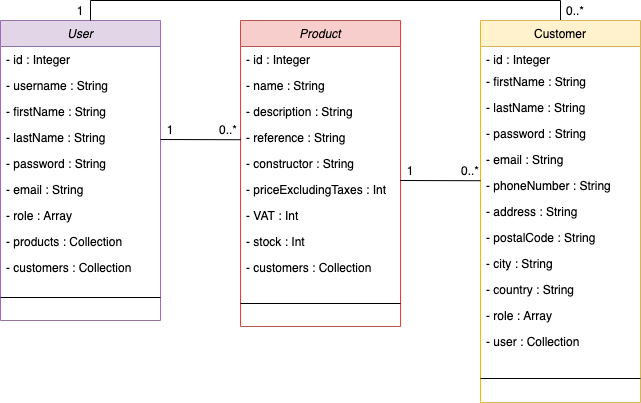
The draw.io diagram uml/Diagramme de classe.png in marclassort/BileMo, before a commit. Source tidied: cells renumbered, new cells last; positions are measured from the earlier drawing's top-left corner, leaving out a move shared by most shapes. The source it was exported from:
```xml
<mxGraphModel>
  <root>
    <mxCell id="0" />
    <mxCell id="1" parent="0" />
    <mxCell id="2" value="User" style="swimlane;fontStyle=2;align=center;verticalAlign=top;horizontal=1;startSize=26;rounded=0;shadow=0;strokeWidth=1;fillColor=#e1d5e7;strokeColor=#9673a6;" parent="1" vertex="1">
      <mxGeometry y="20" width="160" height="300" as="geometry" />
    </mxCell>
    <mxCell id="3" style="endArrow=none;html=1;exitX=1.019;exitY=0.923;exitDx=0;exitDy=0;exitPerimeter=0;entryX=0.5;entryY=0;entryDx=0;entryDy=0;endFill=0;edgeStyle=orthogonalEdgeStyle;rounded=0;" parent="2" edge="1" target="14">
      <mxGeometry relative="1" as="geometry">
        <mxPoint x="90" as="sourcePoint" />
        <Array as="points">
          <mxPoint x="90" y="-20" />
          <mxPoint x="560" y="-20" />
        </Array>
      </mxGeometry>
    </mxCell>
    <mxCell id="4" value="- id : Integer" style="text;align=left;verticalAlign=top;spacingLeft=4;spacingRight=4;overflow=hidden;" parent="2" vertex="1">
      <mxGeometry y="26" width="160" height="26" as="geometry" />
    </mxCell>
    <mxCell id="5" value="- username : String" style="text;align=left;verticalAlign=top;spacingLeft=4;spacingRight=4;overflow=hidden;rounded=0;shadow=0;html=0;" parent="2" vertex="1">
      <mxGeometry y="52" width="160" height="26" as="geometry" />
    </mxCell>
    <mxCell id="6" value="- firstName : String" style="text;align=left;verticalAlign=top;spacingLeft=4;spacingRight=4;overflow=hidden;rounded=0;shadow=0;html=0;" parent="2" vertex="1">
      <mxGeometry y="78" width="160" height="26" as="geometry" />
    </mxCell>
    <mxCell id="7" value="- lastName : String" style="text;align=left;verticalAlign=top;spacingLeft=4;spacingRight=4;overflow=hidden;rounded=0;shadow=0;html=0;" parent="2" vertex="1">
      <mxGeometry y="104" width="160" height="26" as="geometry" />
    </mxCell>
    <mxCell id="8" value="- password : String" style="text;align=left;verticalAlign=top;spacingLeft=4;spacingRight=4;overflow=hidden;rounded=0;shadow=0;html=0;" parent="2" vertex="1">
      <mxGeometry y="130" width="160" height="26" as="geometry" />
    </mxCell>
    <mxCell id="9" value="- email : String" style="text;align=left;verticalAlign=top;spacingLeft=4;spacingRight=4;overflow=hidden;rounded=0;shadow=0;html=0;" parent="2" vertex="1">
      <mxGeometry y="156" width="160" height="26" as="geometry" />
    </mxCell>
    <mxCell id="10" value="- role : Array" style="text;align=left;verticalAlign=top;spacingLeft=4;spacingRight=4;overflow=hidden;rounded=0;shadow=0;html=0;" parent="2" vertex="1">
      <mxGeometry y="182" width="160" height="26" as="geometry" />
    </mxCell>
    <mxCell id="11" value="- products : Collection" style="text;align=left;verticalAlign=top;spacingLeft=4;spacingRight=4;overflow=hidden;rounded=0;shadow=0;html=0;" parent="2" vertex="1">
      <mxGeometry y="208" width="160" height="26" as="geometry" />
    </mxCell>
    <mxCell id="12" value="- customers : Collection" style="text;align=left;verticalAlign=top;spacingLeft=4;spacingRight=4;overflow=hidden;rounded=0;shadow=0;html=0;" parent="2" vertex="1">
      <mxGeometry y="234" width="160" height="26" as="geometry" />
    </mxCell>
    <mxCell id="13" style="line;html=1;strokeWidth=1;align=left;verticalAlign=middle;spacingTop=-1;spacingLeft=3;spacingRight=3;labelPosition=right;" parent="2" vertex="1">
      <mxGeometry y="260" width="160" height="34" as="geometry" />
    </mxCell>
    <mxCell id="14" value="Customer" style="swimlane;fontStyle=0;align=center;verticalAlign=top;horizontal=1;startSize=26;rounded=0;shadow=0;strokeWidth=1;fillColor=#fff2cc;strokeColor=#d6b656;" parent="1" vertex="1">
      <mxGeometry x="480" y="20" width="160" height="382" as="geometry" />
    </mxCell>
    <mxCell id="15" value="- id : Integer" style="text;align=left;verticalAlign=top;spacingLeft=4;spacingRight=4;overflow=hidden;" parent="14" vertex="1">
      <mxGeometry y="26" width="160" height="22" as="geometry" />
    </mxCell>
    <mxCell id="16" value="- firstName : String" style="text;align=left;verticalAlign=top;spacingLeft=4;spacingRight=4;overflow=hidden;rounded=0;shadow=0;html=0;" parent="14" vertex="1">
      <mxGeometry y="48" width="160" height="26" as="geometry" />
    </mxCell>
    <mxCell id="17" value="- lastName : String" style="text;align=left;verticalAlign=top;spacingLeft=4;spacingRight=4;overflow=hidden;rounded=0;shadow=0;html=0;" parent="14" vertex="1">
      <mxGeometry y="74" width="160" height="26" as="geometry" />
    </mxCell>
    <mxCell id="18" value="- password : String" style="text;align=left;verticalAlign=top;spacingLeft=4;spacingRight=4;overflow=hidden;rounded=0;shadow=0;html=0;" parent="14" vertex="1">
      <mxGeometry y="100" width="160" height="26" as="geometry" />
    </mxCell>
    <mxCell id="19" value="- email : String" style="text;align=left;verticalAlign=top;spacingLeft=4;spacingRight=4;overflow=hidden;rounded=0;shadow=0;html=0;" parent="14" vertex="1">
      <mxGeometry y="126" width="160" height="26" as="geometry" />
    </mxCell>
    <mxCell id="20" value="- phoneNumber : String" style="text;align=left;verticalAlign=top;spacingLeft=4;spacingRight=4;overflow=hidden;rounded=0;shadow=0;html=0;" parent="14" vertex="1">
      <mxGeometry y="152" width="160" height="26" as="geometry" />
    </mxCell>
    <mxCell id="21" value="- address : String" style="text;align=left;verticalAlign=top;spacingLeft=4;spacingRight=4;overflow=hidden;rounded=0;shadow=0;html=0;" parent="14" vertex="1">
      <mxGeometry y="178" width="160" height="26" as="geometry" />
    </mxCell>
    <mxCell id="22" value="- postalCode : String" style="text;align=left;verticalAlign=top;spacingLeft=4;spacingRight=4;overflow=hidden;rounded=0;shadow=0;html=0;" parent="14" vertex="1">
      <mxGeometry y="204" width="160" height="26" as="geometry" />
    </mxCell>
    <mxCell id="23" value="- city : String" style="text;align=left;verticalAlign=top;spacingLeft=4;spacingRight=4;overflow=hidden;rounded=0;shadow=0;html=0;" parent="14" vertex="1">
      <mxGeometry y="230" width="160" height="26" as="geometry" />
    </mxCell>
    <mxCell id="24" value="- country : String" style="text;align=left;verticalAlign=top;spacingLeft=4;spacingRight=4;overflow=hidden;rounded=0;shadow=0;html=0;" parent="14" vertex="1">
      <mxGeometry y="256" width="160" height="26" as="geometry" />
    </mxCell>
    <mxCell id="25" value="- role : Array" style="text;align=left;verticalAlign=top;spacingLeft=4;spacingRight=4;overflow=hidden;rounded=0;shadow=0;html=0;" parent="14" vertex="1">
      <mxGeometry y="282" width="160" height="26" as="geometry" />
    </mxCell>
    <mxCell id="26" value="- user : Collection" style="text;align=left;verticalAlign=top;spacingLeft=4;spacingRight=4;overflow=hidden;rounded=0;shadow=0;html=0;" parent="14" vertex="1">
      <mxGeometry y="308" width="160" height="26" as="geometry" />
    </mxCell>
    <mxCell id="27" style="line;html=1;strokeWidth=1;align=left;verticalAlign=middle;spacingTop=-1;spacingLeft=3;spacingRight=3;labelPosition=right;" parent="14" vertex="1">
      <mxGeometry y="334" width="160" height="48" as="geometry" />
    </mxCell>
    <mxCell id="28" value="Product" style="swimlane;fontStyle=2;align=center;verticalAlign=top;horizontal=1;startSize=26;rounded=0;shadow=0;strokeWidth=1;fillColor=#f8cecc;strokeColor=#b85450;" parent="1" vertex="1">
      <mxGeometry x="240" y="20" width="160" height="306" as="geometry" />
    </mxCell>
    <mxCell id="29" value="- id : Integer" style="text;align=left;verticalAlign=top;spacingLeft=4;spacingRight=4;overflow=hidden;" parent="28" vertex="1">
      <mxGeometry y="26" width="160" height="26" as="geometry" />
    </mxCell>
    <mxCell id="30" value="- name : String" style="text;align=left;verticalAlign=top;spacingLeft=4;spacingRight=4;overflow=hidden;rounded=0;shadow=0;html=0;" parent="28" vertex="1">
      <mxGeometry y="52" width="160" height="26" as="geometry" />
    </mxCell>
    <mxCell id="31" value="- description : String" style="text;align=left;verticalAlign=top;spacingLeft=4;spacingRight=4;overflow=hidden;rounded=0;shadow=0;html=0;" parent="28" vertex="1">
      <mxGeometry y="78" width="160" height="26" as="geometry" />
    </mxCell>
    <mxCell id="32" value="- reference : String" style="text;align=left;verticalAlign=top;spacingLeft=4;spacingRight=4;overflow=hidden;rounded=0;shadow=0;html=0;" parent="28" vertex="1">
      <mxGeometry y="104" width="160" height="26" as="geometry" />
    </mxCell>
    <mxCell id="33" value="- constructor : String" style="text;align=left;verticalAlign=top;spacingLeft=4;spacingRight=4;overflow=hidden;rounded=0;shadow=0;html=0;" parent="28" vertex="1">
      <mxGeometry y="130" width="160" height="26" as="geometry" />
    </mxCell>
    <mxCell id="34" value="- priceExcludingTaxes : Int" style="text;align=left;verticalAlign=top;spacingLeft=4;spacingRight=4;overflow=hidden;rounded=0;shadow=0;html=0;" parent="28" vertex="1">
      <mxGeometry y="156" width="160" height="26" as="geometry" />
    </mxCell>
    <mxCell id="35" value="- VAT : Int" style="text;align=left;verticalAlign=top;spacingLeft=4;spacingRight=4;overflow=hidden;rounded=0;shadow=0;html=0;" parent="28" vertex="1">
      <mxGeometry y="182" width="160" height="26" as="geometry" />
    </mxCell>
    <mxCell id="36" value="- stock : Int" style="text;align=left;verticalAlign=top;spacingLeft=4;spacingRight=4;overflow=hidden;rounded=0;shadow=0;html=0;" parent="28" vertex="1">
      <mxGeometry y="208" width="160" height="26" as="geometry" />
    </mxCell>
    <mxCell id="37" value="- customers : Collection" style="text;align=left;verticalAlign=top;spacingLeft=4;spacingRight=4;overflow=hidden;rounded=0;shadow=0;html=0;" parent="28" vertex="1">
      <mxGeometry y="234" width="160" height="26" as="geometry" />
    </mxCell>
    <mxCell id="38" style="line;html=1;strokeWidth=1;align=left;verticalAlign=middle;spacingTop=-1;spacingLeft=3;spacingRight=3;labelPosition=right;" parent="28" vertex="1">
      <mxGeometry y="260" width="160" height="46" as="geometry" />
    </mxCell>
    <mxCell id="39" style="endArrow=none;html=1;exitX=1.019;exitY=0.923;exitDx=0;exitDy=0;exitPerimeter=0;entryX=0.003;entryY=-0.068;entryDx=0;entryDy=0;entryPerimeter=0;endFill=0;" parent="1" edge="1">
      <mxGeometry relative="1" as="geometry">
        <mxPoint x="160" y="139" as="sourcePoint" />
        <mxPoint x="240.5" y="139.2" as="targetPoint" />
      </mxGeometry>
    </mxCell>
    <mxCell id="40" value="1" style="text;html=1;strokeColor=none;fillColor=none;align=center;verticalAlign=middle;whiteSpace=wrap;rounded=0;" parent="1" vertex="1">
      <mxGeometry x="150" y="119" width="40" height="20" as="geometry" />
    </mxCell>
    <mxCell id="41" value="0..*" style="text;html=1;strokeColor=none;fillColor=none;align=center;verticalAlign=middle;whiteSpace=wrap;rounded=0;" parent="1" vertex="1">
      <mxGeometry x="208" y="119" width="40" height="20" as="geometry" />
    </mxCell>
    <mxCell id="42" value="1" style="text;html=1;strokeColor=none;fillColor=none;align=center;verticalAlign=middle;whiteSpace=wrap;rounded=0;" parent="1" vertex="1">
      <mxGeometry x="60" width="40" height="20" as="geometry" />
    </mxCell>
    <mxCell id="43" value="0..*" style="text;html=1;strokeColor=none;fillColor=none;align=center;verticalAlign=middle;whiteSpace=wrap;rounded=0;" parent="1" vertex="1">
      <mxGeometry x="560" width="30" height="20" as="geometry" />
    </mxCell>
    <mxCell id="44" style="endArrow=none;html=1;exitX=1.019;exitY=0.923;exitDx=0;exitDy=0;exitPerimeter=0;entryX=0.003;entryY=-0.068;entryDx=0;entryDy=0;entryPerimeter=0;endFill=0;" parent="1" edge="1">
      <mxGeometry relative="1" as="geometry">
        <mxPoint x="399.6" y="180" as="sourcePoint" />
        <mxPoint x="480" y="180.2" as="targetPoint" />
      </mxGeometry>
    </mxCell>
    <mxCell id="45" value="1" style="text;html=1;strokeColor=none;fillColor=none;align=center;verticalAlign=middle;whiteSpace=wrap;rounded=0;" parent="1" vertex="1">
      <mxGeometry x="400" y="160" width="20" height="20" as="geometry" />
    </mxCell>
    <mxCell id="46" value="0..*" style="text;html=1;strokeColor=none;fillColor=none;align=center;verticalAlign=middle;whiteSpace=wrap;rounded=0;" parent="1" vertex="1">
      <mxGeometry x="460" y="160" width="20" height="20" as="geometry" />
    </mxCell>
  </root>
</mxGraphModel>
```
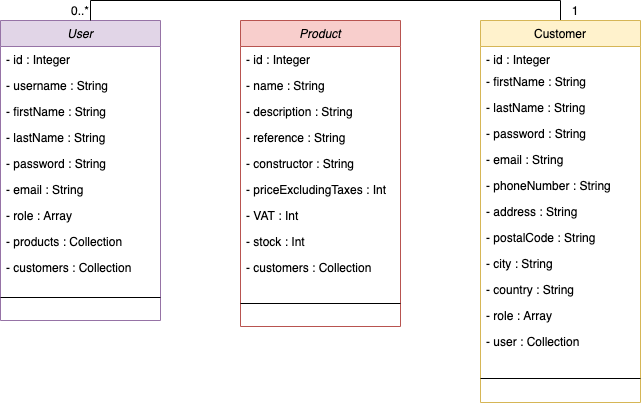
The same file after the commit.

What changed in the source:
```diff
@@ -119,35 +119,11 @@
     <mxCell id="38" style="line;html=1;strokeWidth=1;align=left;verticalAlign=middle;spacingTop=-1;spacingLeft=3;spacingRight=3;labelPosition=right;" parent="28" vertex="1">
       <mxGeometry y="260" width="160" height="46" as="geometry" />
     </mxCell>
-    <mxCell id="39" style="endArrow=none;html=1;exitX=1.019;exitY=0.923;exitDx=0;exitDy=0;exitPerimeter=0;entryX=0.003;entryY=-0.068;entryDx=0;entryDy=0;entryPerimeter=0;endFill=0;" parent="1" edge="1">
-      <mxGeometry relative="1" as="geometry">
-        <mxPoint x="160" y="139" as="sourcePoint" />
-        <mxPoint x="240.5" y="139.2" as="targetPoint" />
-      </mxGeometry>
-    </mxCell>
-    <mxCell id="40" value="1" style="text;html=1;strokeColor=none;fillColor=none;align=center;verticalAlign=middle;whiteSpace=wrap;rounded=0;" parent="1" vertex="1">
-      <mxGeometry x="150" y="119" width="40" height="20" as="geometry" />
-    </mxCell>
-    <mxCell id="41" value="0..*" style="text;html=1;strokeColor=none;fillColor=none;align=center;verticalAlign=middle;whiteSpace=wrap;rounded=0;" parent="1" vertex="1">
-      <mxGeometry x="208" y="119" width="40" height="20" as="geometry" />
-    </mxCell>
-    <mxCell id="42" value="1" style="text;html=1;strokeColor=none;fillColor=none;align=center;verticalAlign=middle;whiteSpace=wrap;rounded=0;" parent="1" vertex="1">
+    <mxCell id="42" value="0..*" style="text;html=1;strokeColor=none;fillColor=none;align=center;verticalAlign=middle;whiteSpace=wrap;rounded=0;" parent="1" vertex="1">
       <mxGeometry x="60" width="40" height="20" as="geometry" />
     </mxCell>
-    <mxCell id="43" value="0..*" style="text;html=1;strokeColor=none;fillColor=none;align=center;verticalAlign=middle;whiteSpace=wrap;rounded=0;" parent="1" vertex="1">
+    <mxCell id="43" value="1" style="text;html=1;strokeColor=none;fillColor=none;align=center;verticalAlign=middle;whiteSpace=wrap;rounded=0;" parent="1" vertex="1">
       <mxGeometry x="560" width="30" height="20" as="geometry" />
     </mxCell>
-    <mxCell id="44" style="endArrow=none;html=1;exitX=1.019;exitY=0.923;exitDx=0;exitDy=0;exitPerimeter=0;entryX=0.003;entryY=-0.068;entryDx=0;entryDy=0;entryPerimeter=0;endFill=0;" parent="1" edge="1">
-      <mxGeometry relative="1" as="geometry">
-        <mxPoint x="399.6" y="180" as="sourcePoint" />
-        <mxPoint x="480" y="180.2" as="targetPoint" />
-      </mxGeometry>
-    </mxCell>
-    <mxCell id="45" value="1" style="text;html=1;strokeColor=none;fillColor=none;align=center;verticalAlign=middle;whiteSpace=wrap;rounded=0;" parent="1" vertex="1">
-      <mxGeometry x="400" y="160" width="20" height="20" as="geometry" />
-    </mxCell>
-    <mxCell id="46" value="0..*" style="text;html=1;strokeColor=none;fillColor=none;align=center;verticalAlign=middle;whiteSpace=wrap;rounded=0;" parent="1" vertex="1">
-      <mxGeometry x="460" y="160" width="20" height="20" as="geometry" />
-    </mxCell>
   </root>
 </mxGraphModel>
```
